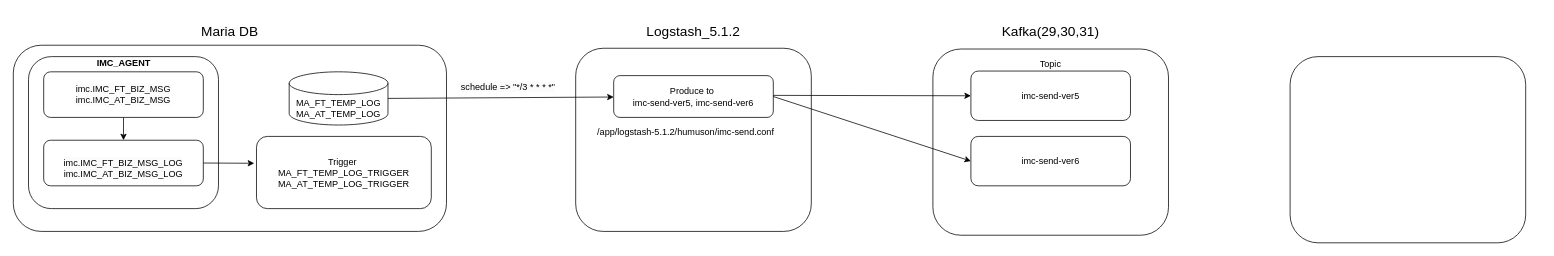
jaero0725/draw_io keeps this draw.io diagram as datapipeline.drawio. Above is the earlier version. Source tidied: cells renumbered, new cells numbered last; positions are measured from the earlier drawing's top-left corner, leaving out a move shared by most shapes. Both pictures are drawn from the tidied source at 76%, with x=0, y=0 at pixel (13, 18).
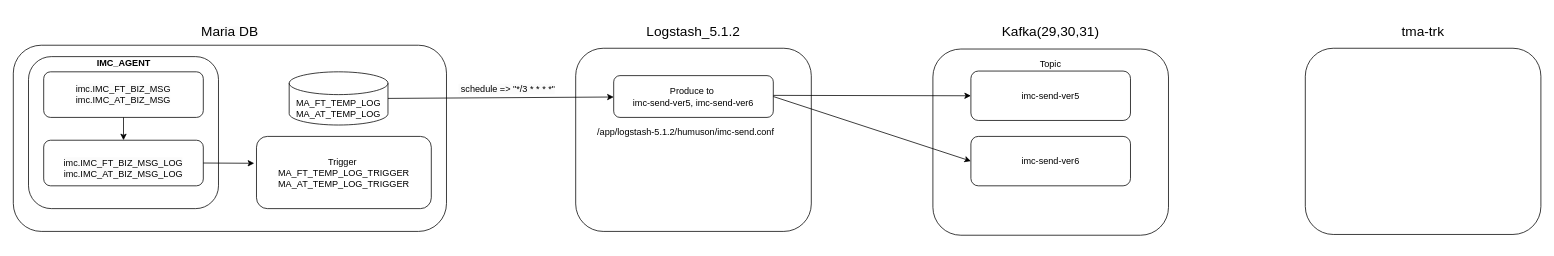
The same diagram, later.

What changed in the source:
```diff
@@
     <mxCell id="20" value="&lt;span style=&quot;color: rgb(0, 0, 0); font-family: Helvetica; font-size: 12px; font-style: normal; font-variant-ligatures: normal; font-variant-caps: normal; font-weight: 400; letter-spacing: normal; orphans: 2; text-align: center; text-indent: 0px; text-transform: none; widows: 2; word-spacing: 0px; -webkit-text-stroke-width: 0px; white-space: normal; background-color: rgb(251, 251, 251); text-decoration-thickness: initial; text-decoration-style: initial; text-decoration-color: initial; display: inline !important; float: none;&quot;&gt;&amp;nbsp;schedule =&amp;gt; &quot;*/3 * * * *&quot;&lt;/span&gt;" style="text;strokeColor=none;fillColor=none;align=left;verticalAlign=middle;spacingLeft=4;spacingRight=4;overflow=hidden;whiteSpace=wrap;html=1;" parent="1" vertex="1">
-      <mxGeometry x="580" y="75" width="160" height="30" as="geometry" />
+      <mxGeometry x="580" y="75" width="160" height="35" as="geometry" />
     </mxCell>
@@
     <mxCell id="25" style="rounded=1;whiteSpace=wrap;html=1;" parent="1" vertex="1">
-      <mxGeometry x="1680" y="50" width="310" height="245" as="geometry" />
+      <mxGeometry x="1700" y="39" width="310" height="245" as="geometry" />
     </mxCell>
+    <mxCell id="26" value="&lt;font style=&quot;font-size: 18px;&quot;&gt;tma-trk&lt;/font&gt;" style="text;html=1;align=center;verticalAlign=middle;whiteSpace=wrap;rounded=0;" parent="1" vertex="1">
+      <mxGeometry x="1785" width="140" height="35" as="geometry" />
+    </mxCell>
```
